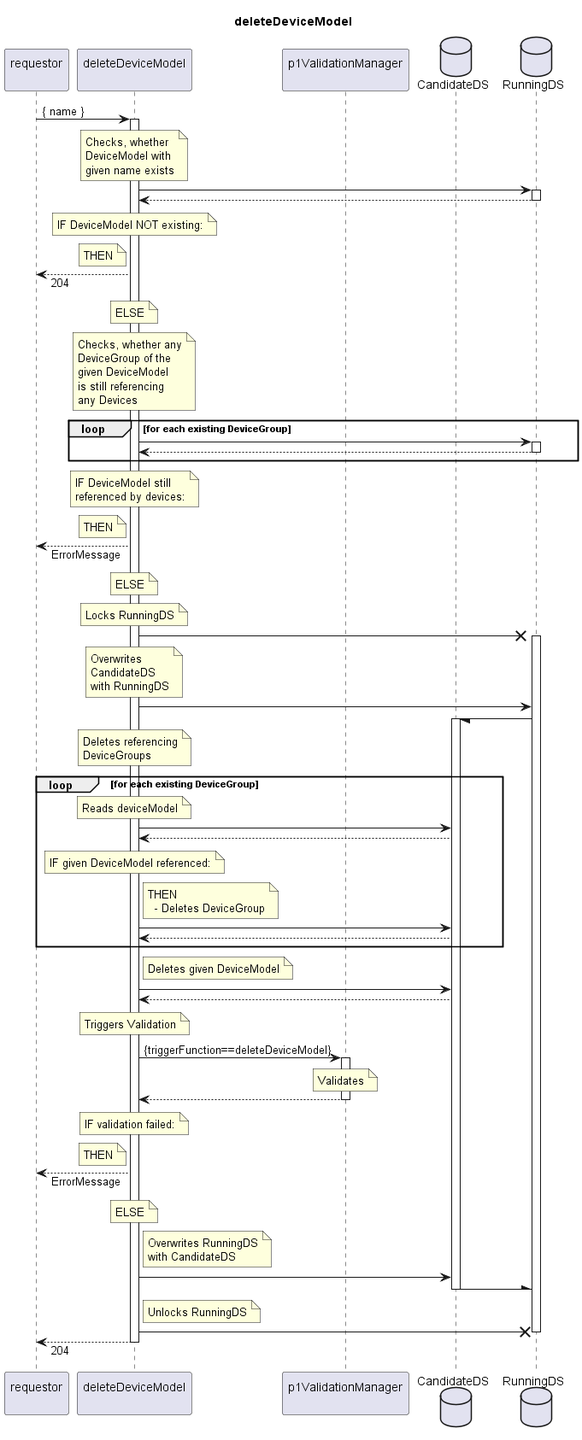
This is spec/Services/deleteDeviceModel/1.0.0/deleteDeviceModel.png from openBackhaul/FirmWareManager, a PlantUML export, as it was before one commit. The source it was exported from:
```plantuml
@startuml deleteDeviceModel
skinparam responseMessageBelowArrow true

title
  deleteDeviceModel
end title

participant "requestor\n" as requestor
participant "deleteDeviceModel\n" as delDevMod
participant "p1ValidationManager\n" as valiMan
database "CandidateDS" as CanDS
database "RunningDS" as RunDS

requestor -> delDevMod: { name }
activate delDevMod

  note over delDevMod
    Checks, whether
    DeviceModel with
    given name exists
  end note
  delDevMod -> RunDS
  activate RunDS
  delDevMod <-- RunDS
  deactivate RunDS
  note over delDevMod
    IF DeviceModel NOT existing:
  end note
  note left delDevMod
    THEN
  end note
  requestor <-- delDevMod: 204
  note over delDevMod
    ELSE
  end note

  note over delDevMod
    Checks, whether any
    DeviceGroup of the
    given DeviceModel
    is still referencing
    any Devices
  end note
  loop for each existing DeviceGroup
    delDevMod -> RunDS
    activate RunDS
    delDevMod <-- RunDS
    deactivate RunDS
  end loop
  note over delDevMod
    IF DeviceModel still
    referenced by devices:
  end note
  note left delDevMod
    THEN
  end note
  requestor <-- delDevMod: ErrorMessage
  note over delDevMod
    ELSE
  end note

  note over delDevMod
    Locks RunningDS
  end note
  delDevMod -X RunDS
  activate RunDS

  note over delDevMod
    Overwrites
    CandidateDS
    with RunningDS
  end note
  delDevMod -> RunDS
  RunDS -/ CanDS
  activate CanDS

  note over delDevMod
    Deletes referencing
    DeviceGroups
  end note
  loop for each existing DeviceGroup
    note over delDevMod
      Reads deviceModel
    end note
    delDevMod -> CanDS
    delDevMod <-- CanDS
    note over delDevMod
      IF given DeviceModel referenced:
    end note
    note right delDevMod
      THEN
        - Deletes DeviceGroup
    end note
    delDevMod -> CanDS
    delDevMod <-- CanDS
  end loop

  note right delDevMod
    Deletes given DeviceModel
  end note
  delDevMod -> CanDS
  delDevMod <-- CanDS

  note over delDevMod
    Triggers Validation
  end note
  delDevMod -> valiMan: {triggerFunction==deleteDeviceModel}
  activate valiMan
    note over valiMan
      Validates
    end note
  delDevMod <-- valiMan
  deactivate valiMan
  note over delDevMod
    IF validation failed:
  end note
  note left delDevMod
    THEN
  end note
  requestor <-- delDevMod: ErrorMessage
  note over delDevMod
    ELSE
  end note

  note right delDevMod
    Overwrites RunningDS
    with CandidateDS
  end note
  delDevMod -> CanDS
  CanDS -\ RunDS
  deactivate CanDS

  note right delDevMod
    Unlocks RunningDS
  end note
  delDevMod -X RunDS
  deactivate RunDS

  requestor <-- delDevMod: 204

deactivate delDevMod

@enduml
```
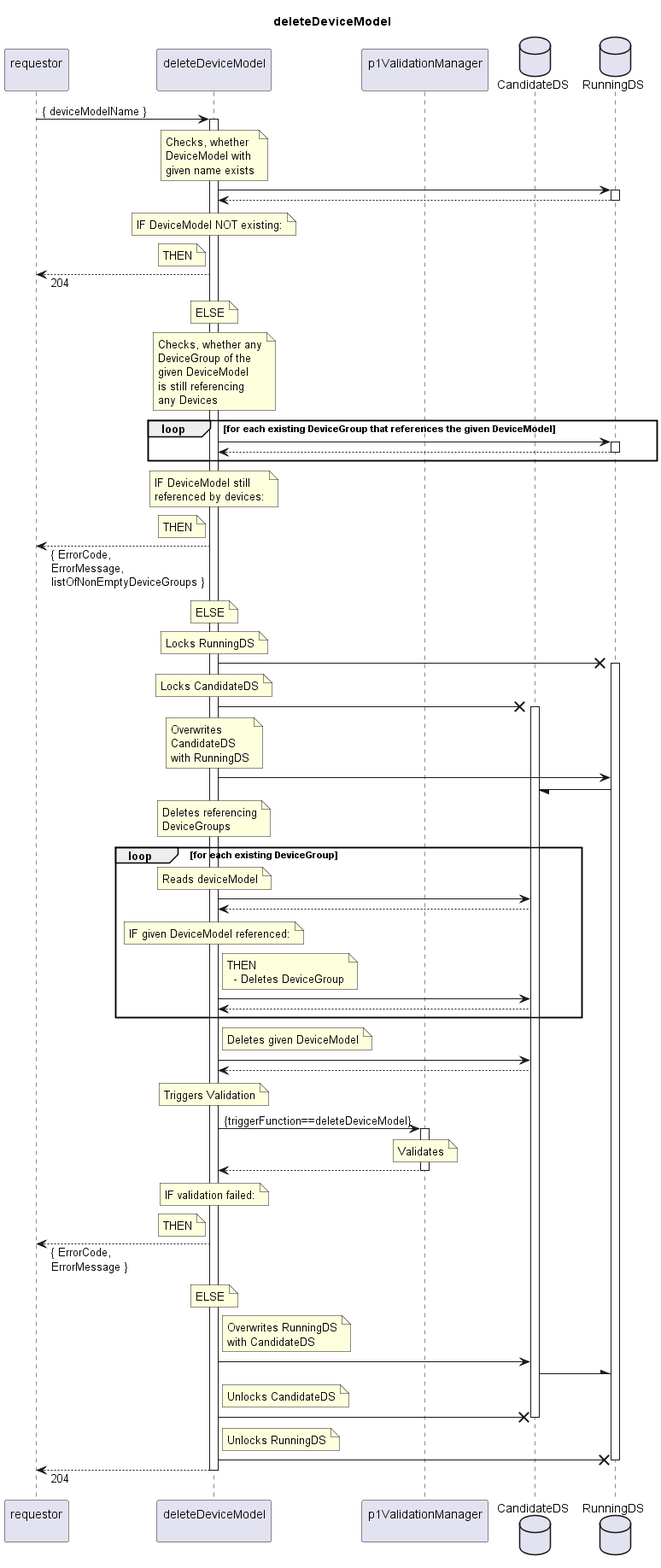
Above is the later version.

What changed in the source:
```diff
@@ -11,7 +11,7 @@
 database "CandidateDS" as CanDS
 database "RunningDS" as RunDS
 
-requestor -> delDevMod: { name }
+requestor -> delDevMod: { deviceModelName }
 activate delDevMod
 
   note over delDevMod
@@ -41,7 +41,7 @@
     is still referencing
     any Devices
   end note
-  loop for each existing DeviceGroup
+  loop for each existing DeviceGroup that references the given DeviceModel
     delDevMod -> RunDS
     activate RunDS
     delDevMod <-- RunDS
@@ -54,7 +54,7 @@
   note left delDevMod
     THEN
   end note
-  requestor <-- delDevMod: ErrorMessage
+  requestor <-- delDevMod: { ErrorCode,\nErrorMessage,\nlistOfNonEmptyDeviceGroups }
   note over delDevMod
     ELSE
   end note
@@ -64,7 +64,11 @@
   end note
   delDevMod -X RunDS
   activate RunDS
-
+  note over delDevMod
+    Locks CandidateDS
+  end note
+  delDevMod -X CanDS
+  activate CanDS
   note over delDevMod
     Overwrites
     CandidateDS
@@ -72,7 +76,6 @@
   end note
   delDevMod -> RunDS
   RunDS -/ CanDS
-  activate CanDS
 
   note over delDevMod
     Deletes referencing
@@ -117,7 +120,7 @@
   note left delDevMod
     THEN
   end note
-  requestor <-- delDevMod: ErrorMessage
+  requestor <-- delDevMod: { ErrorCode,\nErrorMessage }
   note over delDevMod
     ELSE
   end note
@@ -128,8 +131,11 @@
   end note
   delDevMod -> CanDS
   CanDS -\ RunDS
+  note right delDevMod
+    Unlocks CandidateDS
+  end note
+  delDevMod -X CanDS
   deactivate CanDS
-
   note right delDevMod
     Unlocks RunningDS
   end note
```
